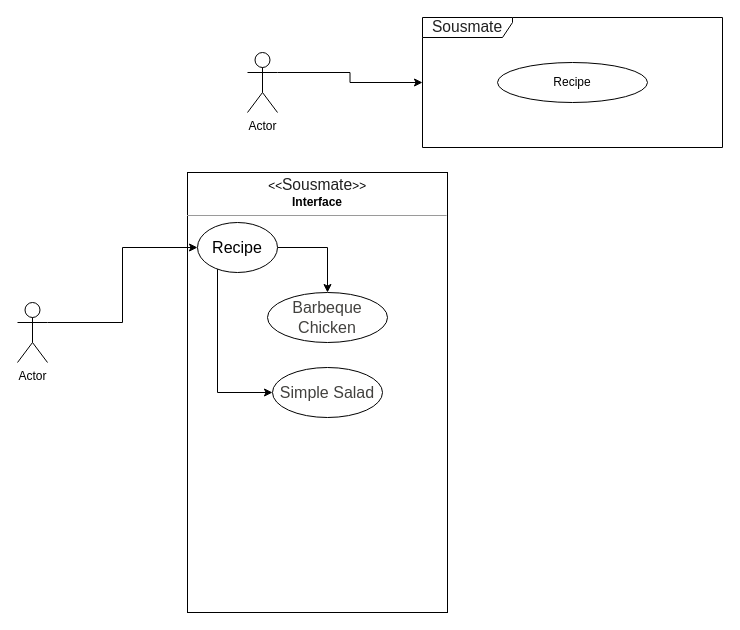
This is Untitled Diagram.drawio from Nibras2020/webDevelopement, a draw.io file, before an edit. Source tidied: cells renumbered, new cells numbered last; positions are measured from the earlier drawing's top-left corner, leaving out a move shared by most shapes. Both pictures are drawn from the tidied source at 100%, with x=0, y=0 at pixel (17, 17).
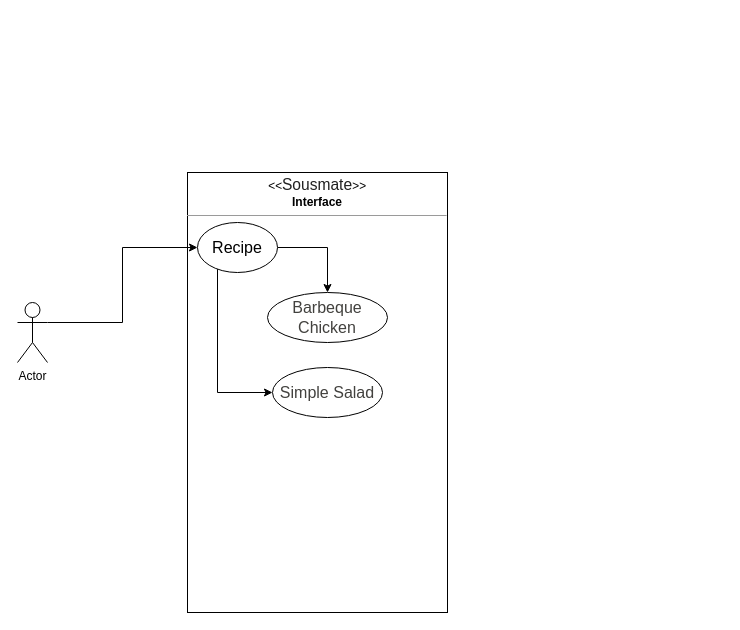
After the change.

Diff of the diagram source:
```diff
@@
 <mxGraphModel>
   <root>
     <mxCell id="0" />
     <mxCell id="1" parent="0" />
-    <mxCell id="2" style="edgeStyle=orthogonalEdgeStyle;rounded=0;jettySize=auto;html=1;exitX=1;exitY=0.3333333333333333;exitDx=0;exitDy=0;exitPerimeter=0;" parent="1" edge="1" source="3" target="5">
-      <mxGeometry relative="1" as="geometry" />
-    </mxCell>
-    <mxCell id="3" value="Actor" style="shape=umlActor;verticalLabelPosition=bottom;labelBackgroundColor=#ffffff;verticalAlign=top;html=1;" parent="1" vertex="1">
-      <mxGeometry x="230" y="35" width="30" height="60" as="geometry" />
-    </mxCell>
-    <mxCell id="4" value="Recipe" style="ellipse;whiteSpace=wrap;html=1;" parent="1" vertex="1">
-      <mxGeometry x="480" y="45" width="150" height="40" as="geometry" />
-    </mxCell>
-    <mxCell id="5" value="&lt;span style=&quot;color: rgb(33 , 33 , 33) ; font-family: , &amp;#34;arial&amp;#34; ; font-size: 15.6px ; background-color: rgb(255 , 255 , 255)&quot;&gt;Sousmate&lt;/span&gt;" style="shape=umlFrame;whiteSpace=wrap;html=1;width=90;height=20;" parent="1" vertex="1">
-      <mxGeometry x="405" width="300" height="130" as="geometry" />
-    </mxCell>
     <mxCell id="6" value="&lt;p style=&quot;margin: 0px ; margin-top: 4px ; text-align: center&quot;&gt;&lt;i&gt;&amp;lt;&amp;lt;&lt;/i&gt;&lt;span style=&quot;color: rgb(33 , 33 , 33) ; font-family: , &amp;#34;arial&amp;#34; ; font-size: 15.6px ; white-space: normal ; background-color: rgb(255 , 255 , 255)&quot;&gt;Sousmate&lt;/span&gt;&lt;i&gt;&amp;gt;&amp;gt;&lt;/i&gt;&lt;br&gt;&lt;b&gt;Interface&lt;/b&gt;&lt;/p&gt;&lt;hr size=&quot;1&quot;&gt;&lt;p style=&quot;margin: 0px ; margin-left: 4px&quot;&gt;&lt;br&gt;&lt;/p&gt;" style="verticalAlign=top;align=left;overflow=fill;fontSize=12;fontFamily=Helvetica;html=1;" parent="1" vertex="1">
       <mxGeometry x="170" y="155" width="260" height="440" as="geometry" />
     </mxCell>
     <mxCell id="7" value="&lt;span style=&quot;color: rgb(66 , 65 , 62) ; font-family: &amp;#34;opensans&amp;#34; ; font-size: 16px ; background-color: rgb(255 , 255 , 255)&quot;&gt;Barbeque Chicken&lt;/span&gt;" style="ellipse;whiteSpace=wrap;html=1;" parent="1" vertex="1">
       <mxGeometry x="250" y="275" width="120" height="50" as="geometry" />
     </mxCell>
     <mxCell id="8" value="&lt;span style=&quot;color: rgb(66 , 65 , 62) ; font-family: &amp;#34;opensans&amp;#34; ; font-size: 16px ; background-color: rgb(255 , 255 , 255)&quot;&gt;Simple Salad&lt;/span&gt;" style="ellipse;whiteSpace=wrap;html=1;" parent="1" vertex="1">
       <mxGeometry x="255" y="350" width="110" height="50" as="geometry" />
     </mxCell>
     <mxCell id="9" style="edgeStyle=orthogonalEdgeStyle;rounded=0;jettySize=auto;html=1;exitX=1;exitY=0.3333333333333333;exitDx=0;exitDy=0;exitPerimeter=0;entryX=0;entryY=0.5;entryDx=0;entryDy=0;" parent="1" edge="1" source="10" target="13">
       <mxGeometry relative="1" as="geometry" />
     </mxCell>
     <mxCell id="10" value="Actor" style="shape=umlActor;verticalLabelPosition=bottom;labelBackgroundColor=#ffffff;verticalAlign=top;html=1;" parent="1" vertex="1">
       <mxGeometry y="285" width="30" height="60" as="geometry" />
     </mxCell>
     <mxCell id="11" style="edgeStyle=orthogonalEdgeStyle;rounded=0;jettySize=auto;html=1;exitX=1;exitY=0.5;exitDx=0;exitDy=0;" parent="1" edge="1" source="13" target="7">
       <mxGeometry relative="1" as="geometry" />
     </mxCell>
     <mxCell id="12" style="edgeStyle=orthogonalEdgeStyle;rounded=0;jettySize=auto;html=1;entryX=0;entryY=0.5;entryDx=0;entryDy=0;" parent="1" edge="1" source="13" target="8">
       <mxGeometry relative="1" as="geometry">
         <Array as="points">
           <mxPoint x="200" y="375" />
         </Array>
       </mxGeometry>
     </mxCell>
     <mxCell id="13" value="&lt;span style=&quot;font-size: 16px ; text-align: left ; white-space: nowrap&quot;&gt;Recipe&lt;/span&gt;" style="ellipse;whiteSpace=wrap;html=1;" parent="1" vertex="1">
       <mxGeometry x="180" y="205" width="80" height="50" as="geometry" />
     </mxCell>
   </root>
 </mxGraphModel>
```
